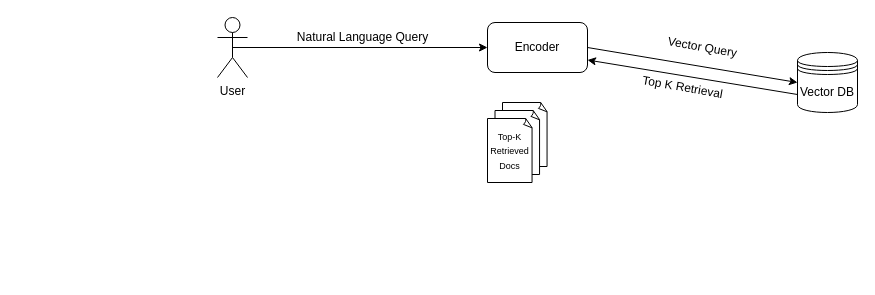
This is RAG Pipeline with Evaluation.drawio from BARDAMRI/ModularRAGOptimization, a draw.io file, before an edit. Source tidied: cells renumbered, new cells numbered last; positions are measured from the earlier drawing's top-left corner, leaving out a move shared by most shapes. Both pictures are drawn from the tidied source at 100%, with x=0, y=0 at pixel (217, 17).
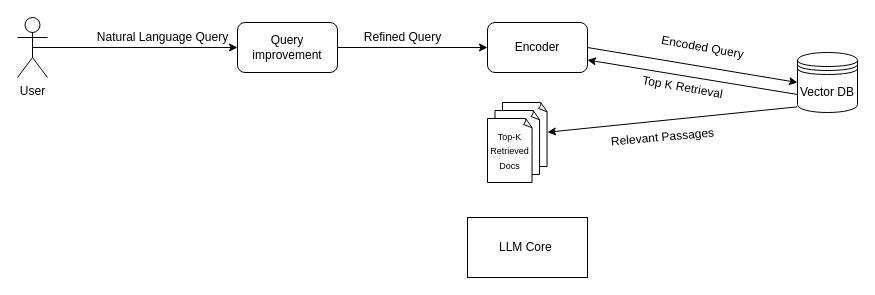
Above is the later version.

The change refers to these unchanged cells:
```xml
<mxCell id="5" value="Encoder" style="rounded=1;whiteSpace=wrap;html=1;" parent="1" vertex="1">
  <mxGeometry x="270" y="5" width="100" height="50" as="geometry" />
</mxCell>
<mxCell id="7" value="Vector DB" style="shape=datastore;whiteSpace=wrap;html=1;" parent="1" vertex="1">
  <mxGeometry x="580" y="35" width="60" height="60" as="geometry" />
</mxCell>
<mxCell id="12" style="whiteSpace=wrap;html=1;shape=mxgraph.basic.document;" parent="11" vertex="1">
  <mxGeometry x="15" width="45" height="64" as="geometry" />
</mxCell>
```

What changed in the source:
```diff
@@
-    <mxCell id="2" style="edgeStyle=orthogonalEdgeStyle;rounded=0;jettySize=auto;html=1;entryX=0;entryY=0.5;entryDx=0;entryDy=0;exitX=0.5;exitY=0.5;exitDx=0;exitDy=0;exitPerimeter=0;" parent="1" edge="1" source="3" target="5">
+    <mxCell id="2" style="edgeStyle=orthogonalEdgeStyle;rounded=0;jettySize=auto;html=1;entryX=0;entryY=0.5;entryDx=0;entryDy=0;exitX=0.5;exitY=0.5;exitDx=0;exitDy=0;exitPerimeter=0;" parent="1" edge="1" source="3" target="19">
       <mxGeometry relative="1" as="geometry" />
     </mxCell>
     <mxCell id="3" value="User" style="shape=umlActor;verticalLabelPosition=bottom;verticalAlign=top;html=1;outlineConnect=0;" parent="1" vertex="1">
-      <mxGeometry width="30" height="60" as="geometry" />
+      <mxGeometry x="-200" width="30" height="60" as="geometry" />
     </mxCell>
@@
     <mxCell id="6" value="Natural Language Query" style="text;html=1;align=center;verticalAlign=middle;strokeColor=none;fillColor=none;" parent="1" vertex="1">
-      <mxGeometry x="70" y="5" width="150" height="30" as="geometry" />
+      <mxGeometry x="-130" y="5" width="150" height="30" as="geometry" />
     </mxCell>
@@
-    <mxCell id="8" value="Vector Query" style="text;html=1;align=center;verticalAlign=middle;strokeColor=none;fillColor=none;rotation=10;" parent="1" vertex="1">
-      <mxGeometry x="440" y="15" width="90" height="30" as="geometry" />
+    <mxCell id="8" value="Encoded Query" style="text;html=1;align=center;verticalAlign=middle;strokeColor=none;fillColor=none;rotation=10;" parent="1" vertex="1">
+      <mxGeometry x="430" y="15" width="110" height="30" as="geometry" />
     </mxCell>
@@
+    <mxCell id="15" style="rounded=0;jettySize=auto;html=1;entryX=-0.006;entryY=0.906;entryDx=0;entryDy=0;entryPerimeter=0;startArrow=classic;startFill=1;endArrow=none;endFill=0;" parent="1" edge="1" source="12" target="7">
+      <mxGeometry relative="1" as="geometry" />
+    </mxCell>
+    <mxCell id="16" value="Relevant Passages" style="text;html=1;align=center;verticalAlign=middle;strokeColor=none;fillColor=none;rotation=-5;" parent="1" vertex="1">
+      <mxGeometry x="380" y="105" width="130" height="30" as="geometry" />
+    </mxCell>
+    <mxCell id="17" value="LLM Core&amp;nbsp;" style="rounded=0;whiteSpace=wrap;html=1;" parent="1" vertex="1">
+      <mxGeometry x="250" y="200" width="120" height="60" as="geometry" />
+    </mxCell>
+    <mxCell id="18" style="edgeStyle=orthogonalEdgeStyle;rounded=0;jettySize=auto;html=1;entryX=0;entryY=0.5;entryDx=0;entryDy=0;" parent="1" edge="1" source="19" target="5">
+      <mxGeometry relative="1" as="geometry" />
+    </mxCell>
+    <mxCell id="19" value="Query improvement" style="rounded=1;whiteSpace=wrap;html=1;" parent="1" vertex="1">
+      <mxGeometry x="20" y="5" width="100" height="50" as="geometry" />
+    </mxCell>
+    <mxCell id="20" value="Refined Query" style="text;html=1;align=center;verticalAlign=middle;strokeColor=none;fillColor=none;rotation=0;" parent="1" vertex="1">
+      <mxGeometry x="135" y="5" width="100" height="30" as="geometry" />
+    </mxCell>
```
